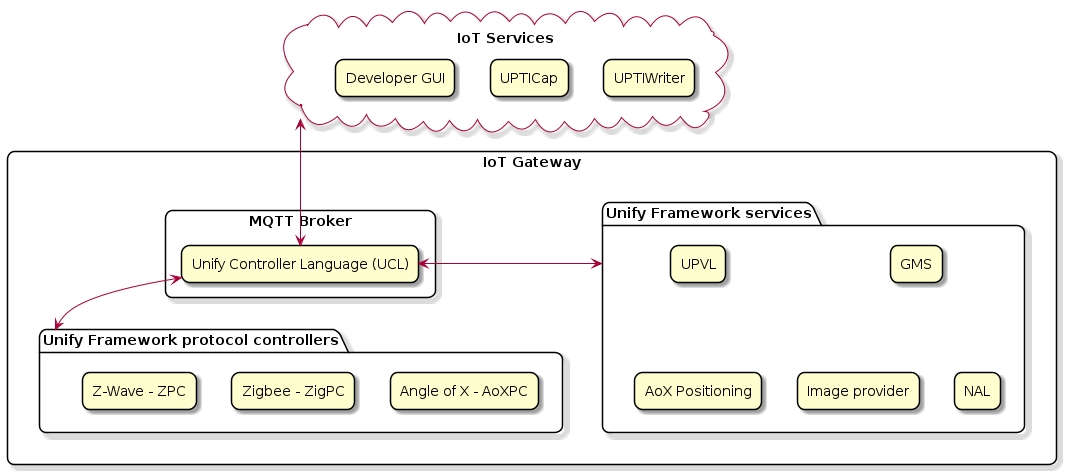
Before: docs/_images/SDKOverview.png, a diagram exported from PlantUML (SiliconLabs/UnifySDK). Its diagram source:
```plantuml
@startuml SDKOverview
skin rose

skinparam roundCorner 15

top to bottom direction

cloud "IoT Services" as IOTService {
    rectangle "Developer GUI" as DEVGUI
    rectangle "UPTICap" as UPTICAP
    rectangle "UPTIWriter" as UPTIWRITER

    DEVGUI -[hidden]r->UPTICAP
    UPTICAP -[hidden]r->UPTIWRITER
}

rectangle "IoT Gateway" {

    package "Unify Framework services" as services {
        rectangle "NAL" as NAL
        rectangle "UPVL" as UPVL
        rectangle "Image provider" as IMP
        rectangle "GMS" as GMS
        rectangle "AoX Positioning" as positioning
    }

    rectangle "MQTT Broker" as Broker {
        rectangle "Unify Controller Language (UCL)" as ABLayer
    }

    ABLayer <-> services

    GMS -[hidden]r-> IMP
    IMP -[hidden]r-> NAL
    NAL -[hidden]d-> GMS
    UPVL -[hidden]d-> positioning

    package "Unify Framework protocol controllers" as PCS {
        rectangle "Z-Wave - ZPC" as ZPC
        rectangle "Zigbee - ZigPC" as ZIGPC
        rectangle "Angle of X - AoXPC" as AOX
    }
}

ZPC -[hidden]r-> ZIGPC
ZIGPC -[hidden]r-> AOX

ABLayer <-d-> PCS

IOTService <-d-> ABLayer


@enduml
```
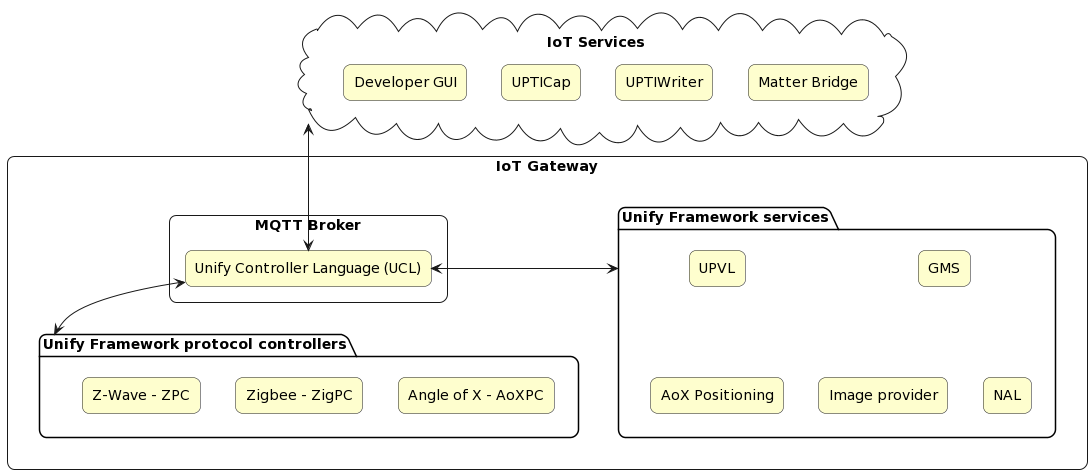
The same diagram one commit later.

What changed in the source:
```diff
@@ -1,31 +1,31 @@
-@startuml SDKOverview
-skin rose
-
+@startuml
 skinparam roundCorner 15
 
 top to bottom direction
 
 cloud "IoT Services" as IOTService {
-    rectangle "Developer GUI" as DEVGUI
-    rectangle "UPTICap" as UPTICAP
-    rectangle "UPTIWriter" as UPTIWRITER
+    rectangle "Developer GUI" as DEVGUI #FEFECE
+    rectangle "UPTICap" as UPTICAP #FEFECE
+    rectangle "UPTIWriter" as UPTIWRITER #FEFECE
+    rectangle "Matter Bridge" as UMB #FEFECE
 
     DEVGUI -[hidden]r->UPTICAP
     UPTICAP -[hidden]r->UPTIWRITER
+    UPTIWRITER -[hidden]r->UMB
 }
 
 rectangle "IoT Gateway" {
 
     package "Unify Framework services" as services {
-        rectangle "NAL" as NAL
-        rectangle "UPVL" as UPVL
-        rectangle "Image provider" as IMP
-        rectangle "GMS" as GMS
-        rectangle "AoX Positioning" as positioning
+        rectangle "NAL" as NAL #FEFECE
+        rectangle "UPVL" as UPVL #FEFECE
+        rectangle "Image provider" as IMP #FEFECE
+        rectangle "GMS" as GMS #FEFECE
+        rectangle "AoX Positioning" as positioning #FEFECE
     }
 
     rectangle "MQTT Broker" as Broker {
-        rectangle "Unify Controller Language (UCL)" as ABLayer
+        rectangle "Unify Controller Language (UCL)" as ABLayer #FEFECE
     }
 
     ABLayer <-> services
@@ -36,9 +36,9 @@
     UPVL -[hidden]d-> positioning
 
     package "Unify Framework protocol controllers" as PCS {
-        rectangle "Z-Wave - ZPC" as ZPC
-        rectangle "Zigbee - ZigPC" as ZIGPC
-        rectangle "Angle of X - AoXPC" as AOX
+        rectangle "Z-Wave - ZPC" as ZPC #FEFECE
+        rectangle "Zigbee - ZigPC" as ZIGPC #FEFECE
+        rectangle "Angle of X - AoXPC" as AOX #FEFECE
     }
 }
 
@@ -48,6 +48,4 @@
 ABLayer <-d-> PCS
 
 IOTService <-d-> ABLayer
-
-
 @enduml
```
